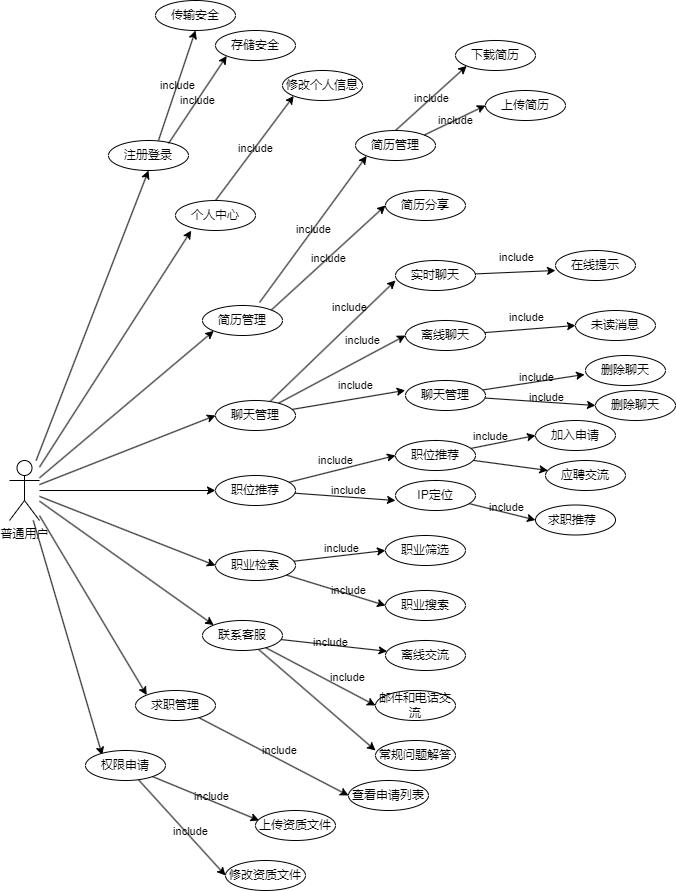
Before: 论文/image/普通用户.png, a diagram exported from draw.io (yueyv/dissertation). Source tidied: cells renumbered, new cells last; positions are measured from the earlier drawing's top-left corner, leaving out a move shared by most shapes.
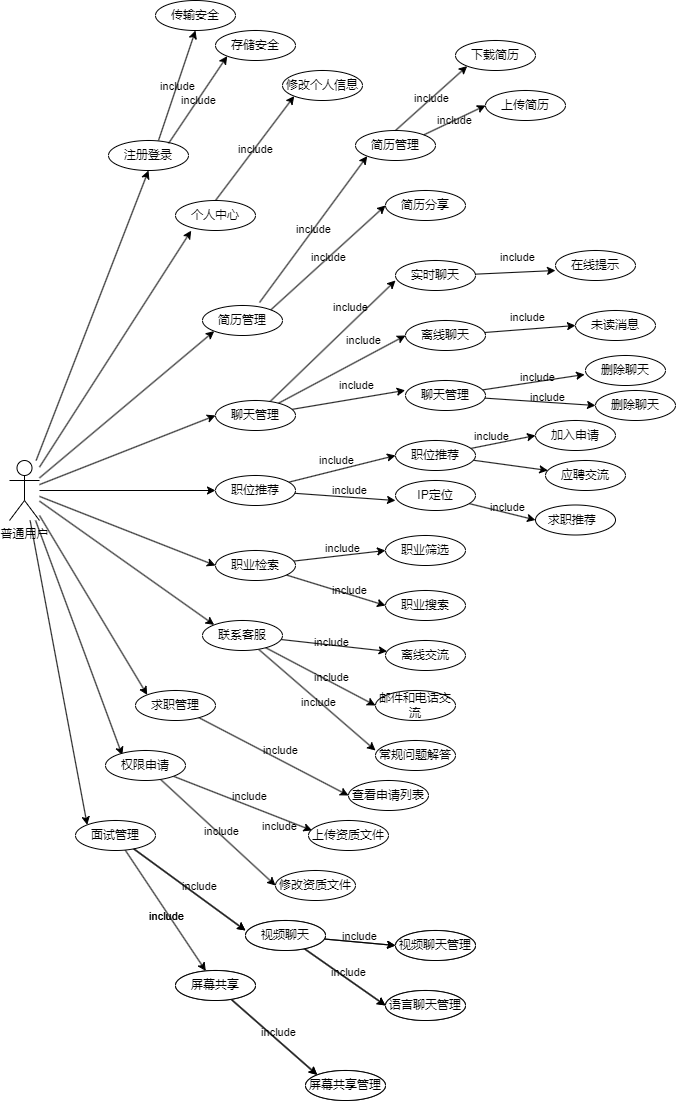
After the change.

Diff of the diagram source:
```diff
@@ -29,6 +29,9 @@
     <mxCell id="10" style="edgeStyle=none;html=1;entryX=0.21;entryY=0.16;entryDx=0;entryDy=0;entryPerimeter=0;" parent="1" edge="1" source="11" target="33">
       <mxGeometry relative="1" as="geometry" />
     </mxCell>
+    <mxCell id="100" style="edgeStyle=none;html=1;entryX=0;entryY=0;entryDx=0;entryDy=0;" parent="1" edge="1" source="11" target="103">
+      <mxGeometry relative="1" as="geometry" />
+    </mxCell>
     <mxCell id="11" value="普通用户" style="shape=umlActor;verticalLabelPosition=bottom;verticalAlign=top;html=1;outlineConnect=0;labelBackgroundColor=none;" parent="1" vertex="1">
       <mxGeometry y="460" width="30" height="60" as="geometry" />
     </mxCell>
@@ -96,7 +99,7 @@
       <mxGeometry relative="1" as="geometry" />
     </mxCell>
     <mxCell id="33" value="权限申请" style="ellipse;whiteSpace=wrap;html=1;labelBackgroundColor=none;" parent="1" vertex="1">
-      <mxGeometry x="76" y="750" width="80" height="30" as="geometry" />
+      <mxGeometry x="96" y="750" width="80" height="30" as="geometry" />
     </mxCell>
     <mxCell id="34" value="传输安全" style="ellipse;whiteSpace=wrap;html=1;labelBackgroundColor=none;" parent="1" vertex="1">
       <mxGeometry x="146" width="80" height="30" as="geometry" />
@@ -268,10 +271,10 @@
       <mxGeometry x="339" y="780" width="80" height="30" as="geometry" />
     </mxCell>
     <mxCell id="87" value="上传资质文件" style="ellipse;whiteSpace=wrap;html=1;labelBackgroundColor=none;" parent="1" vertex="1">
-      <mxGeometry x="246" y="810" width="80" height="30" as="geometry" />
+      <mxGeometry x="299" y="820" width="80" height="30" as="geometry" />
     </mxCell>
     <mxCell id="88" value="修改资质文件" style="ellipse;whiteSpace=wrap;html=1;labelBackgroundColor=none;" parent="1" vertex="1">
-      <mxGeometry x="216" y="860" width="80" height="30" as="geometry" />
+      <mxGeometry x="266" y="870" width="80" height="30" as="geometry" />
     </mxCell>
     <mxCell id="89" value="include" style="edgeLabel;html=1;align=center;verticalAlign=middle;labelBackgroundColor=none;" parent="1" vertex="1">
       <mxGeometry x="326" y="460" as="geometry" />
@@ -303,7 +306,7 @@
       </mxGeometry>
     </mxCell>
     <mxCell id="96" value="include" style="edgeLabel;html=1;align=center;verticalAlign=middle;labelBackgroundColor=none;" parent="1" vertex="1">
-      <mxGeometry x="396" y="565" as="geometry">
+      <mxGeometry x="396" y="860" as="geometry">
         <mxPoint x="-58" y="112" as="offset" />
       </mxGeometry>
     </mxCell>
@@ -311,14 +314,119 @@
       <mxGeometry x="270" y="750" as="geometry" />
     </mxCell>
     <mxCell id="98" value="include" style="edgeLabel;html=1;align=center;verticalAlign=middle;labelBackgroundColor=none;" parent="1" vertex="1">
-      <mxGeometry x="359" y="610" as="geometry">
+      <mxGeometry x="346" y="700" as="geometry">
         <mxPoint x="-157" y="186" as="offset" />
       </mxGeometry>
     </mxCell>
     <mxCell id="99" value="include" style="edgeLabel;html=1;align=center;verticalAlign=middle;labelBackgroundColor=none;" parent="1" vertex="1">
-      <mxGeometry x="376" y="620" as="geometry">
+      <mxGeometry x="406" y="620" as="geometry">
         <mxPoint x="-195" y="211" as="offset" />
       </mxGeometry>
     </mxCell>
+    <mxCell id="101" style="edgeStyle=none;html=1;" parent="1" edge="1" source="103">
+      <mxGeometry relative="1" as="geometry">
+        <mxPoint x="236" y="930" as="targetPoint" />
+      </mxGeometry>
+    </mxCell>
+    <mxCell id="102" style="edgeStyle=none;html=1;" parent="1" edge="1" source="103" target="108">
+      <mxGeometry relative="1" as="geometry" />
+    </mxCell>
+    <mxCell id="103" value="面试管理" style="ellipse;whiteSpace=wrap;html=1;labelBackgroundColor=none;" parent="1" vertex="1">
+      <mxGeometry x="66" y="820" width="80" height="30" as="geometry" />
+    </mxCell>
+    <mxCell id="104" style="edgeStyle=none;html=1;entryX=0;entryY=0.5;entryDx=0;entryDy=0;" parent="1" edge="1" source="106" target="110">
+      <mxGeometry relative="1" as="geometry" />
+    </mxCell>
+    <mxCell id="105" style="edgeStyle=none;html=1;entryX=0;entryY=0.5;entryDx=0;entryDy=0;" parent="1" edge="1" source="106" target="111">
+      <mxGeometry relative="1" as="geometry" />
+    </mxCell>
+    <mxCell id="106" value="视频聊天" style="ellipse;whiteSpace=wrap;html=1;labelBackgroundColor=none;" parent="1" vertex="1">
+      <mxGeometry x="236" y="920" width="80" height="30" as="geometry" />
+    </mxCell>
+    <mxCell id="107" style="edgeStyle=none;html=1;entryX=0;entryY=0;entryDx=0;entryDy=0;" parent="1" edge="1" source="108" target="109">
+      <mxGeometry relative="1" as="geometry" />
+    </mxCell>
+    <mxCell id="108" value="屏幕共享" style="ellipse;whiteSpace=wrap;html=1;labelBackgroundColor=none;" parent="1" vertex="1">
+      <mxGeometry x="166" y="970" width="80" height="30" as="geometry" />
+    </mxCell>
+    <mxCell id="109" value="屏幕共享管理" style="ellipse;whiteSpace=wrap;html=1;labelBackgroundColor=none;" parent="1" vertex="1">
+      <mxGeometry x="296" y="1070" width="80" height="30" as="geometry" />
+    </mxCell>
+    <mxCell id="110" value="视频聊天管理" style="ellipse;whiteSpace=wrap;html=1;labelBackgroundColor=none;" parent="1" vertex="1">
+      <mxGeometry x="386" y="930" width="80" height="30" as="geometry" />
+    </mxCell>
+    <mxCell id="111" value="语言聊天管理" style="ellipse;whiteSpace=wrap;html=1;labelBackgroundColor=none;" parent="1" vertex="1">
+      <mxGeometry x="376" y="990" width="80" height="30" as="geometry" />
+    </mxCell>
+    <mxCell id="112" value="include" style="edgeLabel;html=1;align=center;verticalAlign=middle;labelBackgroundColor=none;" parent="1" vertex="1">
+      <mxGeometry x="396" y="610" as="geometry">
+        <mxPoint x="-157" y="186" as="offset" />
+      </mxGeometry>
+    </mxCell>
+    <mxCell id="113" value="include" style="edgeLabel;html=1;align=center;verticalAlign=middle;labelBackgroundColor=none;" parent="1" vertex="1">
+      <mxGeometry x="313" y="730" as="geometry">
+        <mxPoint x="-157" y="186" as="offset" />
+      </mxGeometry>
+    </mxCell>
+    <mxCell id="114" value="include" style="edgeLabel;html=1;align=center;verticalAlign=middle;labelBackgroundColor=none;" parent="1" vertex="1">
+      <mxGeometry x="506" y="750" as="geometry">
+        <mxPoint x="-157" y="186" as="offset" />
+      </mxGeometry>
+    </mxCell>
+    <mxCell id="115" value="include" style="edgeLabel;html=1;align=center;verticalAlign=middle;labelBackgroundColor=none;" parent="1" vertex="1">
+      <mxGeometry x="426" y="640" as="geometry">
+        <mxPoint x="-157" y="186" as="offset" />
+      </mxGeometry>
+    </mxCell>
+    <mxCell id="116" value="include" style="edgeLabel;html=1;align=center;verticalAlign=middle;labelBackgroundColor=none;" parent="1" vertex="1">
+      <mxGeometry x="326" y="920" as="geometry">
+        <mxPoint x="-58" y="112" as="offset" />
+      </mxGeometry>
+    </mxCell>
+    <mxCell id="117" style="edgeStyle=none;html=1;entryX=0;entryY=0.5;entryDx=0;entryDy=0;" parent="1" edge="1" source="124" target="122">
+      <mxGeometry relative="1" as="geometry" />
+    </mxCell>
+    <mxCell id="118" style="edgeStyle=none;html=1;entryX=0;entryY=0.5;entryDx=0;entryDy=0;" parent="1" edge="1" source="124" target="123">
+      <mxGeometry relative="1" as="geometry" />
+    </mxCell>
+    <mxCell id="119" style="edgeStyle=none;html=1;entryX=0;entryY=0;entryDx=0;entryDy=0;" parent="1" edge="1" source="120" target="121">
+      <mxGeometry relative="1" as="geometry" />
+    </mxCell>
+    <mxCell id="120" value="屏幕共享" style="ellipse;whiteSpace=wrap;html=1;labelBackgroundColor=none;" parent="1" vertex="1">
+      <mxGeometry x="166" y="970" width="80" height="30" as="geometry" />
+    </mxCell>
+    <mxCell id="121" value="屏幕共享管理" style="ellipse;whiteSpace=wrap;html=1;labelBackgroundColor=none;" parent="1" vertex="1">
+      <mxGeometry x="296" y="1070" width="80" height="30" as="geometry" />
+    </mxCell>
+    <mxCell id="122" value="视频聊天管理" style="ellipse;whiteSpace=wrap;html=1;labelBackgroundColor=none;" parent="1" vertex="1">
+      <mxGeometry x="386" y="930" width="80" height="30" as="geometry" />
+    </mxCell>
+    <mxCell id="123" value="语言聊天管理" style="ellipse;whiteSpace=wrap;html=1;labelBackgroundColor=none;" parent="1" vertex="1">
+      <mxGeometry x="376" y="990" width="80" height="30" as="geometry" />
+    </mxCell>
+    <mxCell id="124" value="视频聊天" style="ellipse;whiteSpace=wrap;html=1;labelBackgroundColor=none;" parent="1" vertex="1">
+      <mxGeometry x="236" y="920" width="80" height="30" as="geometry" />
+    </mxCell>
+    <mxCell id="125" style="edgeStyle=none;html=1;" parent="1" edge="1">
+      <mxGeometry relative="1" as="geometry">
+        <mxPoint x="124.3" y="848.3" as="sourcePoint" />
+        <mxPoint x="236" y="930" as="targetPoint" />
+      </mxGeometry>
+    </mxCell>
+    <mxCell id="126" value="include" style="edgeLabel;html=1;align=center;verticalAlign=middle;labelBackgroundColor=none;" parent="1" vertex="1">
+      <mxGeometry x="313" y="730" as="geometry">
+        <mxPoint x="-157" y="186" as="offset" />
+      </mxGeometry>
+    </mxCell>
+    <mxCell id="127" value="include" style="edgeLabel;html=1;align=center;verticalAlign=middle;labelBackgroundColor=none;" parent="1" vertex="1">
+      <mxGeometry x="379" y="565" as="geometry">
+        <mxPoint x="-58" y="112" as="offset" />
+      </mxGeometry>
+    </mxCell>
+    <mxCell id="128" value="include" style="edgeLabel;html=1;align=center;verticalAlign=middle;labelBackgroundColor=none;" parent="1" vertex="1">
+      <mxGeometry x="366" y="590" as="geometry">
+        <mxPoint x="-58" y="112" as="offset" />
+      </mxGeometry>
+    </mxCell>
   </root>
 </mxGraphModel>
```
